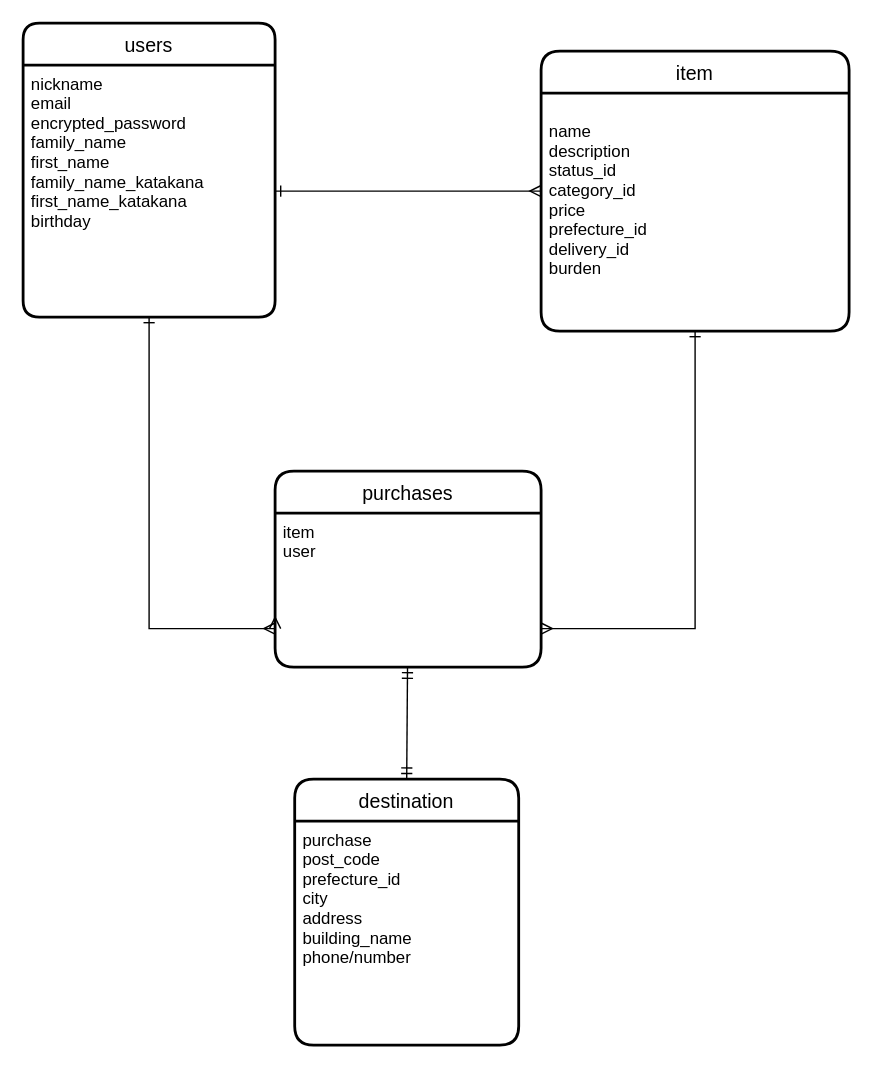
This is ER.dio from yamadeey/furima-35970, a draw.io file, before an edit. Source tidied: cells renumbered, new cells numbered last; positions are measured from the earlier drawing's top-left corner, leaving out a move shared by most shapes. Both pictures are drawn from the tidied source at 140%, with x=0, y=0 at pixel (22, 22).
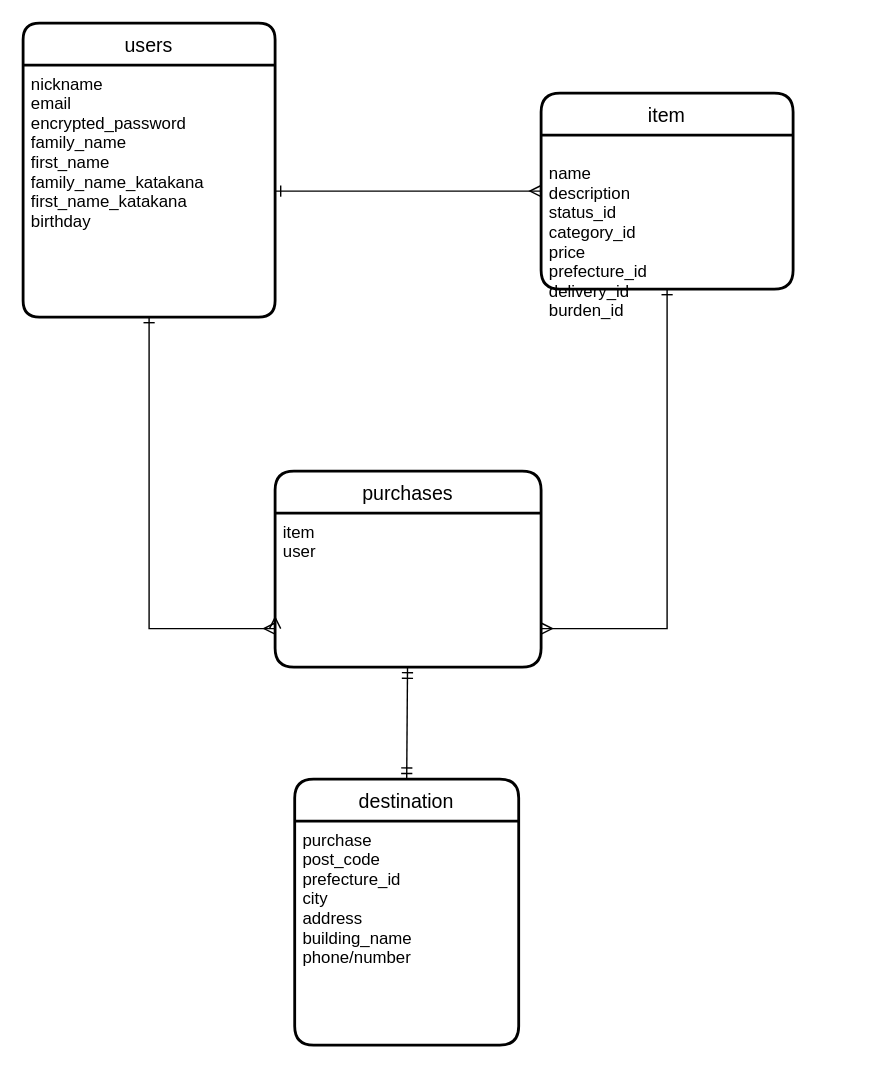
The same page after the edit.

What changed in the source:
```diff
@@
 <mxGraphModel>
   <root>
     <mxCell id="0" />
     <mxCell id="1" parent="0" />
     <mxCell id="2" value="users" style="swimlane;horizontal=1;startSize=30;rounded=1;fontSize=14;fontStyle=0;strokeWidth=2;shadow=0;dashed=0;align=center;arcSize=13;fontFamily=Helvetica;" parent="1" vertex="1">
       <mxGeometry width="180" height="210" as="geometry" />
     </mxCell>
     <mxCell id="3" value="nickname&#10;email&#10;encrypted_password&#10;family_name&#10;first_name&#10;family_name_katakana&#10;first_name_katakana&#10;birthday&#10;" style="align=left;strokeColor=none;fillColor=none;spacingLeft=4;fontSize=12;verticalAlign=top;" parent="2" vertex="1">
       <mxGeometry y="30" width="180" height="180" as="geometry" />
     </mxCell>
     <mxCell id="4" value="item" style="swimlane;horizontal=1;startSize=30;rounded=1;fontSize=14;fontStyle=0;strokeWidth=2;shadow=0;dashed=0;align=center;" parent="1" vertex="1">
-      <mxGeometry x="370" y="20" width="220" height="200" as="geometry" />
+      <mxGeometry x="370" y="50" width="180" height="140" as="geometry" />
     </mxCell>
-    <mxCell id="5" value="&#10;name&#10;description&#10;status_id&#10;category_id&#10;price&#10;prefecture_id&#10;delivery_id&#10;burden" style="align=left;strokeColor=none;fillColor=none;spacingLeft=4;fontSize=12;verticalAlign=top;" parent="4" vertex="1">
-      <mxGeometry y="30" width="220" height="170" as="geometry" />
+    <mxCell id="5" value="&#10;name&#10;description&#10;status_id&#10;category_id&#10;price&#10;prefecture_id&#10;delivery_id&#10;burden_id" style="align=left;strokeColor=none;fillColor=none;spacingLeft=4;fontSize=12;verticalAlign=top;" parent="4" vertex="1">
+      <mxGeometry y="30" width="180" height="110" as="geometry" />
     </mxCell>
     <mxCell id="6" value="purchases" style="swimlane;horizontal=1;startSize=30;rounded=1;fontSize=14;fontStyle=0;strokeWidth=2;shadow=0;dashed=0;align=center;" parent="1" vertex="1">
       <mxGeometry x="180" y="320" width="190" height="140" as="geometry" />
     </mxCell>
     <mxCell id="7" value="item&#10;user" style="align=left;strokeColor=none;fillColor=none;spacingLeft=4;fontSize=12;verticalAlign=top;" parent="6" vertex="1">
       <mxGeometry y="30" width="190" height="110" as="geometry" />
     </mxCell>
     <mxCell id="8" value="destination" style="swimlane;horizontal=1;startSize=30;rounded=1;fontSize=14;fontStyle=0;strokeWidth=2;shadow=0;dashed=0;align=center;fontFamily=Helvetica;" parent="1" vertex="1">
       <mxGeometry x="194" y="540" width="160" height="190" as="geometry" />
     </mxCell>
     <mxCell id="9" value="purchase&#10;post_code&#10;prefecture_id&#10;city&#10;address&#10;building_name&#10;phone/number&#10;" style="align=left;strokeColor=none;fillColor=none;spacingLeft=4;fontSize=12;verticalAlign=top;" parent="8" vertex="1">
       <mxGeometry y="30" width="160" height="160" as="geometry" />
     </mxCell>
     <mxCell id="10" style="edgeStyle=orthogonalEdgeStyle;rounded=0;jettySize=auto;html=1;entryX=0;entryY=0.75;entryDx=0;entryDy=0;fontFamily=Helvetica;endArrow=ERmany;endFill=0;" parent="1" edge="1" target="7">
       <mxGeometry relative="1" as="geometry">
         <mxPoint x="180" y="423" as="sourcePoint" />
       </mxGeometry>
     </mxCell>
     <mxCell id="11" style="edgeStyle=orthogonalEdgeStyle;rounded=0;jettySize=auto;html=1;exitX=0.5;exitY=1;exitDx=0;exitDy=0;entryX=0;entryY=0.75;entryDx=0;entryDy=0;fontFamily=Helvetica;endArrow=ERmany;endFill=0;startArrow=ERone;startFill=0;" parent="1" edge="1" source="3" target="7">
       <mxGeometry relative="1" as="geometry" />
     </mxCell>
     <mxCell id="12" style="edgeStyle=orthogonalEdgeStyle;rounded=0;jettySize=auto;html=1;entryX=0;entryY=0.5;entryDx=0;entryDy=0;fontFamily=Helvetica;endArrow=ERmany;endFill=0;startArrow=ERone;startFill=0;" parent="1" edge="1" source="3" target="4">
       <mxGeometry relative="1" as="geometry" />
     </mxCell>
     <mxCell id="13" style="edgeStyle=orthogonalEdgeStyle;rounded=0;jettySize=auto;html=1;entryX=1;entryY=0.75;entryDx=0;entryDy=0;fontFamily=Helvetica;startArrow=ERone;startFill=0;endArrow=ERmany;endFill=0;" parent="1" edge="1" source="5" target="7">
       <mxGeometry relative="1" as="geometry" />
     </mxCell>
     <mxCell id="14" style="rounded=0;jettySize=auto;html=1;entryX=0.5;entryY=0;entryDx=0;entryDy=0;fontFamily=Helvetica;startArrow=ERmandOne;startFill=0;endArrow=ERmandOne;endFill=0;" parent="1" edge="1" source="7" target="8">
       <mxGeometry relative="1" as="geometry" />
     </mxCell>
   </root>
 </mxGraphModel>
```
